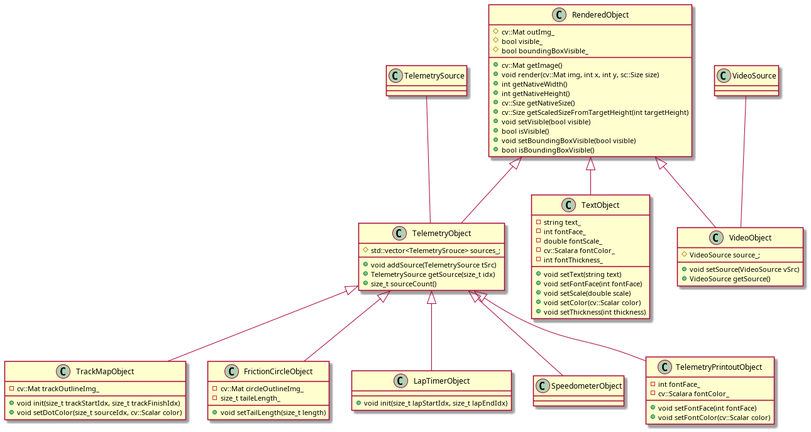
Above: docs/plantuml_imgs/graphicsClasses.png in hankedan000/gopro-overlay (PlantUML), before the change. Its diagram source:
```plantuml
@startuml plantuml_imgs/graphicsClasses

class RenderedObject {
	+cv::Mat getImage()
	+void render(cv::Mat img, int x, int y, sc::Size size)
	+int getNativeWidth()
	+int getNativeHeight()
	+cv::Size getNativeSize()
	+cv::Size getScaledSizeFromTargetHeight(int targetHeight)
	+void setVisible(bool visible)
	+bool isVisible()
	+void setBoundingBoxVisible(bool visible)
	+bool isBoundingBoxVisible()
	#cv::Mat outImg_
	#bool visible_
	#bool boundingBoxVisible_
}

class TelemetryObject {
	+void addSource(TelemetrySource tSrc)
	+TelemetrySource getSource(size_t idx)
	+size_t sourceCount()
	#std::vector<TelemetrySrouce> sources_;
}

class TextObject {
	+void setText(string text)
	+void setFontFace(int fontFace)
	+void setScale(double scale)
	+void setColor(cv::Scalar color)
	+void setThickness(int thickness)
	-string text_
	-int fontFace_
	-double fontScale_
	-cv::Scalara fontColor_
	-int fontThickness_
}

class VideoObject {
	+void setSource(VideoSource vSrc)
	+VideoSource getSource()
	#VideoSource source_;
}

class TrackMapObject {
	+void init(size_t trackStartIdx, size_t trackFinishIdx)
	+void setDotColor(size_t sourceIdx, cv::Scalar color)
	-cv::Mat trackOutlineImg_
}

class FrictionCircleObject {
	+void setTailLength(size_t length)
	-cv::Mat circleOutlineImg_
	-size_t taileLength_
}

class LapTimerObject {
	+void init(size_t lapStartIdx, size_t lapEndIdx)
}

class SpeedometerObject {
}

class TelemetryPrintoutObject {
	+void setFontFace(int fontFace)
	+void setFontColor(cv::Scalar color)
	-int fontFace_
	-cv::Scalara fontColor_
}

RenderedObject <|-- TelemetryObject
RenderedObject <|-- VideoObject
RenderedObject <|-- TextObject
TelemetryObject <|-- TrackMapObject
TelemetryObject <|-- FrictionCircleObject
TelemetryObject <|-- LapTimerObject
TelemetryObject <|-- SpeedometerObject
TelemetryObject <|-- TelemetryPrintoutObject

TelemetrySource -- TelemetryObject
VideoSource -- VideoObject

@enduml
```
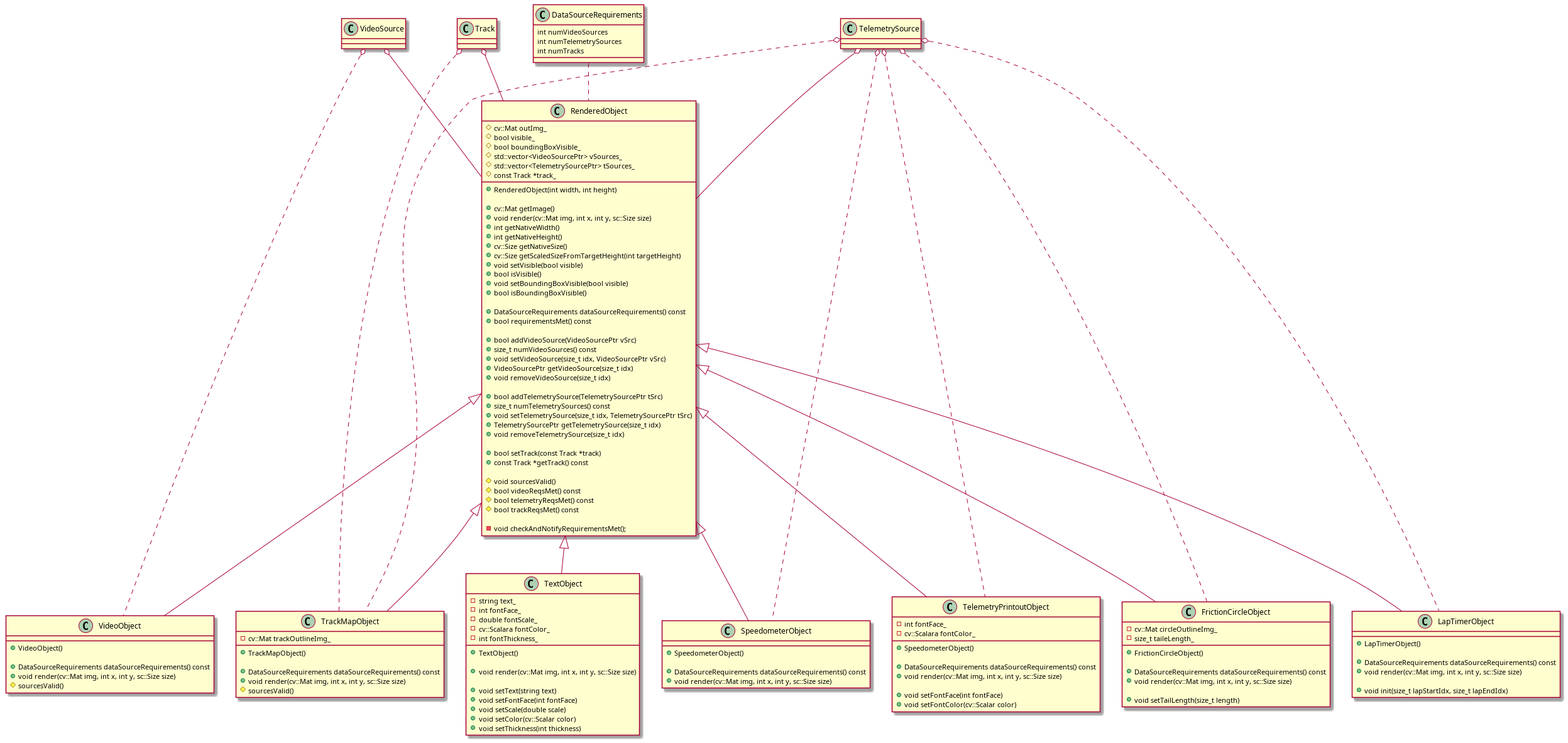
The same file after the commit.

Change to the diagram source:
```diff
@@ -1,6 +1,14 @@
 @startuml plantuml_imgs/graphicsClasses
 
+class DataSourceRequirements {
+	int numVideoSources
+	int numTelemetrySources
+	int numTracks
+}
+
 class RenderedObject {
+	+RenderedObject(int width, int height)
+
 	+cv::Mat getImage()
 	+void render(cv::Mat img, int x, int y, sc::Size size)
 	+int getNativeWidth()
@@ -11,24 +19,51 @@
 	+bool isVisible()
 	+void setBoundingBoxVisible(bool visible)
 	+bool isBoundingBoxVisible()
+
+	+DataSourceRequirements dataSourceRequirements() const
+	+bool requirementsMet() const
+
+	+bool addVideoSource(VideoSourcePtr vSrc)
+	+size_t numVideoSources() const
+	+void setVideoSource(size_t idx, VideoSourcePtr vSrc)
+	+VideoSourcePtr getVideoSource(size_t idx)
+	+void removeVideoSource(size_t idx)
+
+	+bool addTelemetrySource(TelemetrySourcePtr tSrc)
+	+size_t numTelemetrySources() const
+	+void setTelemetrySource(size_t idx, TelemetrySourcePtr tSrc)
+	+TelemetrySourcePtr getTelemetrySource(size_t idx)
+	+void removeTelemetrySource(size_t idx)
+
+	+bool setTrack(const Track *track)
+	+const Track *getTrack() const
+
+	#void sourcesValid()
+	#bool videoReqsMet() const
+	#bool telemetryReqsMet() const
+	#bool trackReqsMet() const
+
+	-void checkAndNotifyRequirementsMet();
+
 	#cv::Mat outImg_
 	#bool visible_
 	#bool boundingBoxVisible_
-}
-
-class TelemetryObject {
-	+void addSource(TelemetrySource tSrc)
-	+TelemetrySource getSource(size_t idx)
-	+size_t sourceCount()
-	#std::vector<TelemetrySrouce> sources_;
+	#std::vector<VideoSourcePtr> vSources_
+	#std::vector<TelemetrySourcePtr> tSources_
+	#const Track *track_
 }
 
 class TextObject {
+	+TextObject()
+
+	+void render(cv::Mat img, int x, int y, sc::Size size)
+
 	+void setText(string text)
 	+void setFontFace(int fontFace)
 	+void setScale(double scale)
 	+void setColor(cv::Scalar color)
 	+void setThickness(int thickness)
+
 	-string text_
 	-int fontFace_
 	-double fontScale_
@@ -37,47 +72,83 @@
 }
 
 class VideoObject {
-	+void setSource(VideoSource vSrc)
-	+VideoSource getSource()
-	#VideoSource source_;
+	+VideoObject()
+
+	+DataSourceRequirements dataSourceRequirements() const
+	+void render(cv::Mat img, int x, int y, sc::Size size)
+	#sourcesValid()
 }
 
 class TrackMapObject {
-	+void init(size_t trackStartIdx, size_t trackFinishIdx)
-	+void setDotColor(size_t sourceIdx, cv::Scalar color)
+	+TrackMapObject()
+
+	+DataSourceRequirements dataSourceRequirements() const
+	+void render(cv::Mat img, int x, int y, sc::Size size)
+	#sourcesValid()
+
 	-cv::Mat trackOutlineImg_
 }
 
 class FrictionCircleObject {
+	+FrictionCircleObject()
+
+	+DataSourceRequirements dataSourceRequirements() const
+	+void render(cv::Mat img, int x, int y, sc::Size size)
+
 	+void setTailLength(size_t length)
+
 	-cv::Mat circleOutlineImg_
 	-size_t taileLength_
 }
 
 class LapTimerObject {
+	+LapTimerObject()
+
+	+DataSourceRequirements dataSourceRequirements() const
+	+void render(cv::Mat img, int x, int y, sc::Size size)
+
 	+void init(size_t lapStartIdx, size_t lapEndIdx)
 }
 
 class SpeedometerObject {
+	+SpeedometerObject()
+
+	+DataSourceRequirements dataSourceRequirements() const
+	+void render(cv::Mat img, int x, int y, sc::Size size)
 }
 
 class TelemetryPrintoutObject {
+	+SpeedometerObject()
+
+	+DataSourceRequirements dataSourceRequirements() const
+	+void render(cv::Mat img, int x, int y, sc::Size size)
+
 	+void setFontFace(int fontFace)
 	+void setFontColor(cv::Scalar color)
 	-int fontFace_
 	-cv::Scalara fontColor_
 }
 
-RenderedObject <|-- TelemetryObject
+DataSourceRequirements .. RenderedObject
+
 RenderedObject <|-- VideoObject
 RenderedObject <|-- TextObject
-TelemetryObject <|-- TrackMapObject
-TelemetryObject <|-- FrictionCircleObject
-TelemetryObject <|-- LapTimerObject
-TelemetryObject <|-- SpeedometerObject
-TelemetryObject <|-- TelemetryPrintoutObject
+RenderedObject <|-- TrackMapObject
+RenderedObject <|-- FrictionCircleObject
+RenderedObject <|-- LapTimerObject
+RenderedObject <|-- SpeedometerObject
+RenderedObject <|-- TelemetryPrintoutObject
 
-TelemetrySource -- TelemetryObject
-VideoSource -- VideoObject
+VideoSource o-- RenderedObject
+TelemetrySource o-- RenderedObject
+Track o-- RenderedObject
+
+VideoSource o.. VideoObject
+Track o.. TrackMapObject
+TelemetrySource o.. TrackMapObject
+TelemetrySource o.. FrictionCircleObject
+TelemetrySource o.. LapTimerObject
+TelemetrySource o.. SpeedometerObject
+TelemetrySource o.. TelemetryPrintoutObject
 
 @enduml
```
